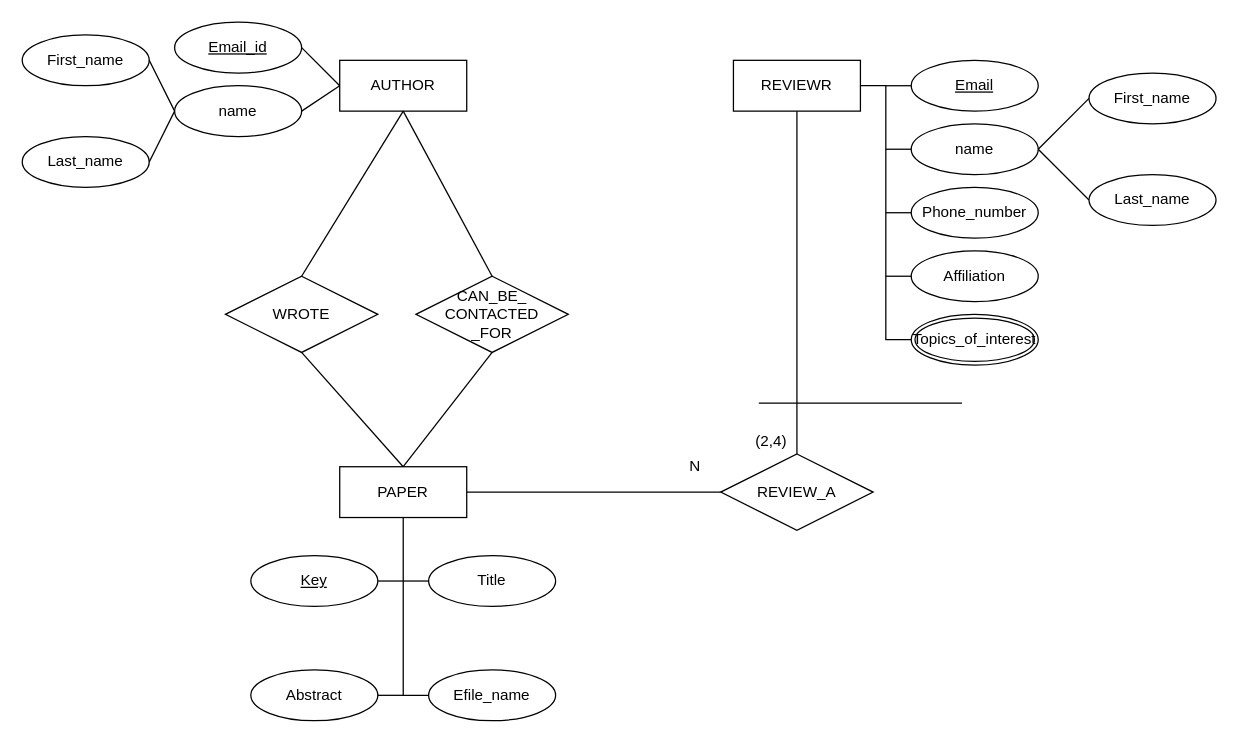
Earlier version of the draw.io diagram page "Page-2" (2 of 2) of Untitled Diagram.drawio (M-Hamdy-M/ERDs). Source tidied: cells renumbered, new cells numbered last; positions are measured from the earlier drawing's top-left corner, leaving out a move shared by most shapes. Both pictures are drawn from the tidied source at 127%, with x=0, y=0 at pixel (22, 22).
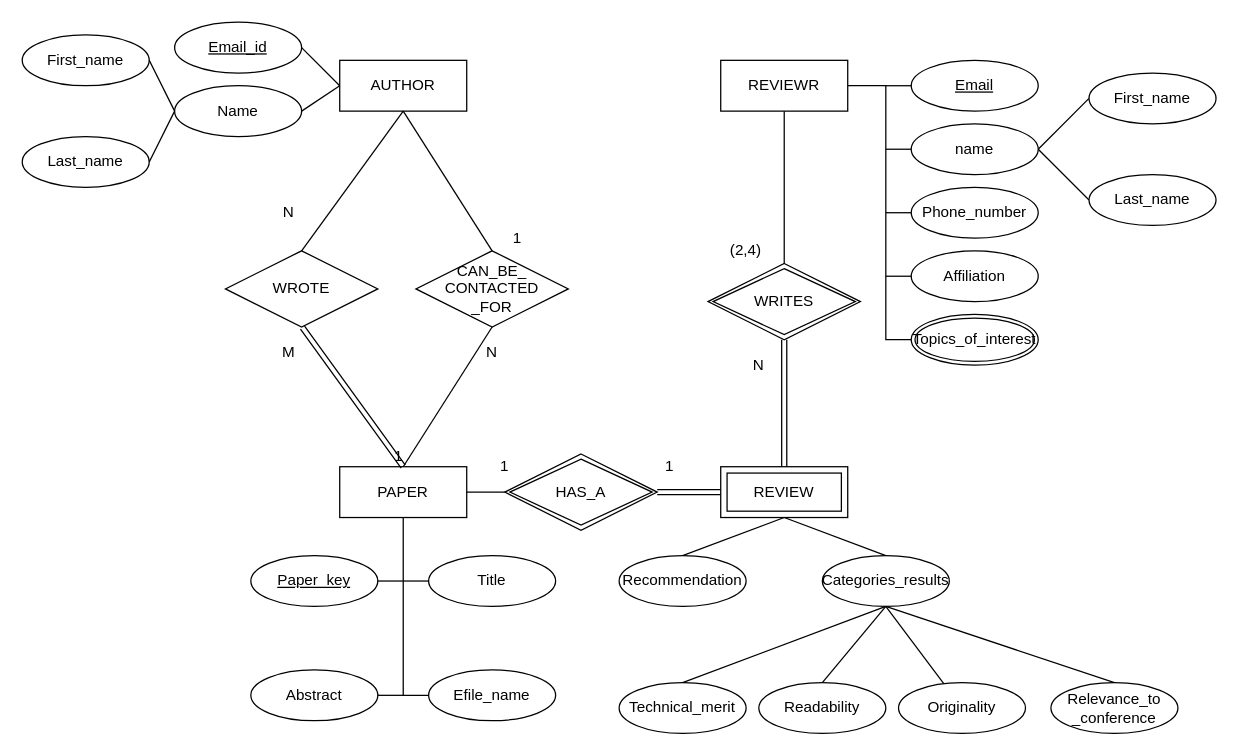
Above is the later version.

Unchanged cells that the change refers to:
```xml
<mxCell id="3" value="PAPER" style="whiteSpace=wrap;html=1;align=center;" parent="1" vertex="1">
  <mxGeometry x="250" y="350" width="100" height="40" as="geometry" />
</mxCell>
```

Change to the diagram source:
```diff
@@
     <mxCell id="4" value="REVIEWR" style="whiteSpace=wrap;html=1;align=center;" parent="1" vertex="1">
-      <mxGeometry x="560" y="30" width="100" height="40" as="geometry" />
+      <mxGeometry x="550" y="30" width="100" height="40" as="geometry" />
     </mxCell>
@@
-    <mxCell id="6" value="name" style="ellipse;whiteSpace=wrap;html=1;align=center;" parent="1" vertex="1">
+    <mxCell id="6" value="Name" style="ellipse;whiteSpace=wrap;html=1;align=center;" parent="1" vertex="1">
       <mxGeometry x="120" y="50" width="100" height="40" as="geometry" />
     </mxCell>
@@
-    <mxCell id="8" value="&lt;u&gt;Key&lt;/u&gt;" style="ellipse;whiteSpace=wrap;html=1;align=center;" parent="1" vertex="1">
+    <mxCell id="8" value="&lt;u&gt;Paper_key&lt;/u&gt;" style="ellipse;whiteSpace=wrap;html=1;align=center;" parent="1" vertex="1">
       <mxGeometry x="180" y="420" width="100" height="40" as="geometry" />
     </mxCell>
@@
-    <mxCell id="20" style="endArrow=none;html=1;rounded=0;exitX=0.5;exitY=1;exitDx=0;exitDy=0;entryX=0.5;entryY=0;entryDx=0;entryDy=0;" parent="1" edge="1" source="24" target="3">
-      <mxGeometry relative="1" as="geometry" />
-    </mxCell>
@@
     <mxCell id="24" value="WROTE" style="shape=rhombus;perimeter=rhombusPerimeter;whiteSpace=wrap;html=1;align=center;" parent="1" vertex="1">
-      <mxGeometry x="160" y="200" width="120" height="60" as="geometry" />
+      <mxGeometry x="160" y="180" width="120" height="60" as="geometry" />
     </mxCell>
     <mxCell id="25" value="CAN_BE_&lt;br&gt;CONTACTED&lt;br&gt;_FOR" style="shape=rhombus;perimeter=rhombusPerimeter;whiteSpace=wrap;html=1;align=center;" parent="1" vertex="1">
-      <mxGeometry x="310" y="200" width="120" height="60" as="geometry" />
+      <mxGeometry x="310" y="180" width="120" height="60" as="geometry" />
     </mxCell>
@@
-    <mxCell id="41" value="REVIEW_A" style="shape=rhombus;perimeter=rhombusPerimeter;whiteSpace=wrap;html=1;align=center;" parent="1" vertex="1">
-      <mxGeometry x="550" y="340" width="120" height="60" as="geometry" />
-    </mxCell>
-    <mxCell id="42" style="endArrow=none;html=1;rounded=0;" parent="1" edge="1">
-      <mxGeometry relative="1" as="geometry">
-        <mxPoint x="580" y="300" as="sourcePoint" />
-        <mxPoint x="740" y="300" as="targetPoint" />
-      </mxGeometry>
-    </mxCell>
-    <mxCell id="43" style="endArrow=none;html=1;rounded=0;exitX=0;exitY=0.5;exitDx=0;exitDy=0;entryX=1;entryY=0.5;entryDx=0;entryDy=0;" parent="1" edge="1" source="41" target="3">
-      <mxGeometry relative="1" as="geometry" />
-    </mxCell>
-    <mxCell id="44" style="endArrow=none;html=1;rounded=0;exitX=0.5;exitY=1;exitDx=0;exitDy=0;entryX=0.5;entryY=0;entryDx=0;entryDy=0;" parent="1" edge="1" source="4" target="41">
-      <mxGeometry relative="1" as="geometry" />
-    </mxCell>
+    <mxCell id="47" value="N" style="text;html=1;strokeColor=none;fillColor=none;align=center;verticalAlign=middle;whiteSpace=wrap;rounded=0;" parent="1" vertex="1">
+      <mxGeometry x="190" y="140" width="40" height="20" as="geometry" />
+    </mxCell>
+    <mxCell id="48" value="M" style="text;html=1;strokeColor=none;fillColor=none;align=center;verticalAlign=middle;whiteSpace=wrap;rounded=0;" parent="1" vertex="1">
+      <mxGeometry x="190" y="250" width="40" height="20" as="geometry" />
+    </mxCell>
+    <mxCell id="49" value="1" style="text;html=1;strokeColor=none;fillColor=none;align=center;verticalAlign=middle;whiteSpace=wrap;rounded=0;" parent="1" vertex="1">
+      <mxGeometry x="370" y="160" width="40" height="20" as="geometry" />
+    </mxCell>
+    <mxCell id="50" value="N" style="text;html=1;strokeColor=none;fillColor=none;align=center;verticalAlign=middle;whiteSpace=wrap;rounded=0;" parent="1" vertex="1">
+      <mxGeometry x="350" y="250" width="40" height="20" as="geometry" />
+    </mxCell>
+    <mxCell id="51" value="Categories_results" style="ellipse;whiteSpace=wrap;html=1;align=center;" parent="1" vertex="1">
+      <mxGeometry x="630" y="420" width="100" height="40" as="geometry" />
+    </mxCell>
+    <mxCell id="52" value="Relevance_to&lt;br&gt;_conference" style="ellipse;whiteSpace=wrap;html=1;align=center;" parent="1" vertex="1">
+      <mxGeometry x="810" y="520" width="100" height="40" as="geometry" />
+    </mxCell>
+    <mxCell id="53" value="Technical_merit" style="ellipse;whiteSpace=wrap;html=1;align=center;" parent="1" vertex="1">
+      <mxGeometry x="470" y="520" width="100" height="40" as="geometry" />
+    </mxCell>
+    <mxCell id="54" value="Originality" style="ellipse;whiteSpace=wrap;html=1;align=center;" parent="1" vertex="1">
+      <mxGeometry x="690" y="520" width="100" height="40" as="geometry" />
+    </mxCell>
+    <mxCell id="55" value="Readability" style="ellipse;whiteSpace=wrap;html=1;align=center;" parent="1" vertex="1">
+      <mxGeometry x="580" y="520" width="100" height="40" as="geometry" />
+    </mxCell>
+    <mxCell id="56" style="endArrow=none;html=1;rounded=0;exitX=0.5;exitY=1;exitDx=0;exitDy=0;" parent="1" edge="1" source="51" target="54">
+      <mxGeometry relative="1" as="geometry" />
+    </mxCell>
+    <mxCell id="57" style="endArrow=none;html=1;rounded=0;entryX=0.5;entryY=0;entryDx=0;entryDy=0;" parent="1" edge="1" target="55">
+      <mxGeometry relative="1" as="geometry">
+        <mxPoint x="680" y="460" as="sourcePoint" />
+      </mxGeometry>
+    </mxCell>
+    <mxCell id="58" style="endArrow=none;html=1;rounded=0;exitX=0.5;exitY=1;exitDx=0;exitDy=0;entryX=0.5;entryY=0;entryDx=0;entryDy=0;" parent="1" edge="1" source="51" target="53">
+      <mxGeometry relative="1" as="geometry" />
+    </mxCell>
+    <mxCell id="59" style="endArrow=none;html=1;rounded=0;entryX=0.5;entryY=0;entryDx=0;entryDy=0;exitX=0.5;exitY=1;exitDx=0;exitDy=0;" parent="1" edge="1" source="51" target="52">
+      <mxGeometry relative="1" as="geometry" />
+    </mxCell>
+    <mxCell id="60" style="endArrow=none;html=1;rounded=0;entryX=0.5;entryY=0;entryDx=0;entryDy=0;exitX=0.5;exitY=1;exitDx=0;exitDy=0;" parent="1" edge="1" source="72" target="51">
+      <mxGeometry relative="1" as="geometry" />
+    </mxCell>
+    <mxCell id="61" style="endArrow=none;html=1;rounded=0;entryX=0;entryY=0.5;entryDx=0;entryDy=0;exitX=1;exitY=0.5;exitDx=0;exitDy=0;" parent="1" edge="1" source="3" target="74">
+      <mxGeometry relative="1" as="geometry" />
+    </mxCell>
+    <mxCell id="62" style="endArrow=none;html=1;rounded=0;entryX=0.5;entryY=0;entryDx=0;entryDy=0;exitX=0.5;exitY=1;exitDx=0;exitDy=0;" parent="1" edge="1" source="4" target="73">
+      <mxGeometry relative="1" as="geometry" />
+    </mxCell>
+    <mxCell id="63" value="N" style="text;html=1;strokeColor=none;fillColor=none;align=center;verticalAlign=middle;whiteSpace=wrap;rounded=0;" parent="1" vertex="1">
+      <mxGeometry x="560" y="260" width="40" height="20" as="geometry" />
+    </mxCell>
     <mxCell id="45" value="(2,4)" style="text;html=1;strokeColor=none;fillColor=none;align=center;verticalAlign=middle;whiteSpace=wrap;rounded=0;" parent="1" vertex="1">
-      <mxGeometry x="570" y="320" width="40" height="20" as="geometry" />
+      <mxGeometry x="550" y="170" width="40" height="20" as="geometry" />
     </mxCell>
-    <mxCell id="46" value="N" style="text;html=1;strokeColor=none;fillColor=none;align=center;verticalAlign=middle;whiteSpace=wrap;rounded=0;" parent="1" vertex="1">
-      <mxGeometry x="510" y="340" width="40" height="20" as="geometry" />
-    </mxCell>
+    <mxCell id="64" value="1" style="text;html=1;strokeColor=none;fillColor=none;align=center;verticalAlign=middle;whiteSpace=wrap;rounded=0;" parent="1" vertex="1">
+      <mxGeometry x="360" y="340" width="40" height="20" as="geometry" />
+    </mxCell>
+    <mxCell id="65" value="1" style="text;html=1;strokeColor=none;fillColor=none;align=center;verticalAlign=middle;whiteSpace=wrap;rounded=0;" parent="1" vertex="1">
+      <mxGeometry x="490" y="340" width="40" height="20" as="geometry" />
+    </mxCell>
+    <mxCell id="66" style="endArrow=none;html=1;entryX=0.5;entryY=1;entryDx=0;entryDy=0;exitX=0.5;exitY=0;exitDx=0;exitDy=0;" parent="1" edge="1" source="67" target="72">
+      <mxGeometry relative="1" as="geometry" />
+    </mxCell>
+    <mxCell id="67" value="Recommendation" style="ellipse;whiteSpace=wrap;html=1;align=center;" parent="1" vertex="1">
+      <mxGeometry x="470" y="420" width="100" height="40" as="geometry" />
+    </mxCell>
+    <mxCell id="68" style="shape=link;html=1;rounded=0;exitX=1;exitY=0.5;exitDx=0;exitDy=0;entryX=0;entryY=0.5;entryDx=0;entryDy=0;" parent="1" edge="1" source="74" target="72">
+      <mxGeometry relative="1" as="geometry" />
+    </mxCell>
+    <mxCell id="69" style="shape=link;html=1;rounded=0;entryX=0.5;entryY=0;entryDx=0;entryDy=0;exitX=0.768;exitY=-0.476;exitDx=0;exitDy=0;exitPerimeter=0;" parent="1" edge="1" source="48" target="3">
+      <mxGeometry relative="1" as="geometry" />
+    </mxCell>
+    <mxCell id="70" value="1" style="html=1;align=right;verticalAlign=bottom;" parent="69" vertex="1">
+      <mxGeometry x="1" relative="1" as="geometry" />
+    </mxCell>
+    <mxCell id="71" style="shape=link;html=1;rounded=0;exitX=0.5;exitY=1;exitDx=0;exitDy=0;entryX=0.5;entryY=0;entryDx=0;entryDy=0;" parent="1" edge="1" source="73" target="72">
+      <mxGeometry relative="1" as="geometry" />
+    </mxCell>
+    <mxCell id="72" value="REVIEW" style="shape=ext;margin=3;double=1;whiteSpace=wrap;html=1;align=center;" parent="1" vertex="1">
+      <mxGeometry x="550" y="350" width="100" height="40" as="geometry" />
+    </mxCell>
+    <mxCell id="73" value="WRITES" style="shape=rhombus;double=1;perimeter=rhombusPerimeter;whiteSpace=wrap;html=1;align=center;" parent="1" vertex="1">
+      <mxGeometry x="540" y="190" width="120" height="60" as="geometry" />
+    </mxCell>
+    <mxCell id="74" value="HAS_A" style="shape=rhombus;double=1;perimeter=rhombusPerimeter;whiteSpace=wrap;html=1;align=center;" parent="1" vertex="1">
+      <mxGeometry x="380" y="340" width="120" height="60" as="geometry" />
+    </mxCell>
```
